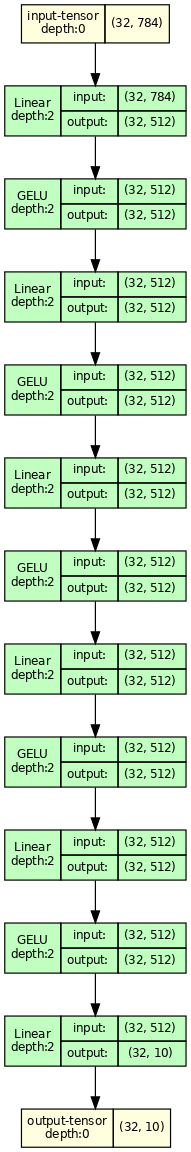
The Graphviz diagram figures/model.gv.png in MiniXC/masked-prosody-modeling-evaluation, before a commit. Its source is kept beside it as figures/model.gv. The source it was exported from:
```dot
strict digraph model {
	graph [ordering=in rankdir=TB size="12.0,12.0"]
	node [align=left fontname="Linux libertine" fontsize=10 height=0.2 margin=0 ranksep=0.1 shape=plaintext style=filled]
	edge [fontsize=10]
	0 [label=<
                    <TABLE BORDER="0" CELLBORDER="1"
                    CELLSPACING="0" CELLPADDING="4">
                        <TR><TD>input-tensor<BR/>depth:0</TD><TD>(32, 784)</TD></TR>
                    </TABLE>> fillcolor=lightyellow]
	1 [label=<
                    <TABLE BORDER="0" CELLBORDER="1"
                    CELLSPACING="0" CELLPADDING="4">
                    <TR>
                        <TD ROWSPAN="2">Linear<BR/>depth:2</TD>
                        <TD COLSPAN="2">input:</TD>
                        <TD COLSPAN="2">(32, 784) </TD>
                    </TR>
                    <TR>
                        <TD COLSPAN="2">output: </TD>
                        <TD COLSPAN="2">(32, 512) </TD>
                    </TR>
                    </TABLE>> fillcolor=darkseagreen1]
	2 [label=<
                    <TABLE BORDER="0" CELLBORDER="1"
                    CELLSPACING="0" CELLPADDING="4">
                    <TR>
                        <TD ROWSPAN="2">GELU<BR/>depth:2</TD>
                        <TD COLSPAN="2">input:</TD>
                        <TD COLSPAN="2">(32, 512) </TD>
                    </TR>
                    <TR>
                        <TD COLSPAN="2">output: </TD>
                        <TD COLSPAN="2">(32, 512) </TD>
                    </TR>
                    </TABLE>> fillcolor=darkseagreen1]
	3 [label=<
                    <TABLE BORDER="0" CELLBORDER="1"
                    CELLSPACING="0" CELLPADDING="4">
                    <TR>
                        <TD ROWSPAN="2">Linear<BR/>depth:2</TD>
                        <TD COLSPAN="2">input:</TD>
                        <TD COLSPAN="2">(32, 512) </TD>
                    </TR>
                    <TR>
                        <TD COLSPAN="2">output: </TD>
                        <TD COLSPAN="2">(32, 512) </TD>
                    </TR>
                    </TABLE>> fillcolor=darkseagreen1]
	4 [label=<
                    <TABLE BORDER="0" CELLBORDER="1"
                    CELLSPACING="0" CELLPADDING="4">
                    <TR>
                        <TD ROWSPAN="2">GELU<BR/>depth:2</TD>
                        <TD COLSPAN="2">input:</TD>
                        <TD COLSPAN="2">(32, 512) </TD>
                    </TR>
                    <TR>
                        <TD COLSPAN="2">output: </TD>
                        <TD COLSPAN="2">(32, 512) </TD>
                    </TR>
                    </TABLE>> fillcolor=darkseagreen1]
	5 [label=<
                    <TABLE BORDER="0" CELLBORDER="1"
                    CELLSPACING="0" CELLPADDING="4">
                    <TR>
                        <TD ROWSPAN="2">Linear<BR/>depth:2</TD>
                        <TD COLSPAN="2">input:</TD>
                        <TD COLSPAN="2">(32, 512) </TD>
                    </TR>
                    <TR>
                        <TD COLSPAN="2">output: </TD>
                        <TD COLSPAN="2">(32, 512) </TD>
                    </TR>
                    </TABLE>> fillcolor=darkseagreen1]
	6 [label=<
                    <TABLE BORDER="0" CELLBORDER="1"
                    CELLSPACING="0" CELLPADDING="4">
                    <TR>
                        <TD ROWSPAN="2">GELU<BR/>depth:2</TD>
                        <TD COLSPAN="2">input:</TD>
                        <TD COLSPAN="2">(32, 512) </TD>
                    </TR>
                    <TR>
                        <TD COLSPAN="2">output: </TD>
                        <TD COLSPAN="2">(32, 512) </TD>
                    </TR>
                    </TABLE>> fillcolor=darkseagreen1]
	7 [label=<
                    <TABLE BORDER="0" CELLBORDER="1"
                    CELLSPACING="0" CELLPADDING="4">
                    <TR>
                        <TD ROWSPAN="2">Linear<BR/>depth:2</TD>
                        <TD COLSPAN="2">input:</TD>
                        <TD COLSPAN="2">(32, 512) </TD>
                    </TR>
                    <TR>
                        <TD COLSPAN="2">output: </TD>
                        <TD COLSPAN="2">(32, 512) </TD>
                    </TR>
                    </TABLE>> fillcolor=darkseagreen1]
	8 [label=<
                    <TABLE BORDER="0" CELLBORDER="1"
                    CELLSPACING="0" CELLPADDING="4">
                    <TR>
                        <TD ROWSPAN="2">GELU<BR/>depth:2</TD>
                        <TD COLSPAN="2">input:</TD>
                        <TD COLSPAN="2">(32, 512) </TD>
                    </TR>
                    <TR>
                        <TD COLSPAN="2">output: </TD>
                        <TD COLSPAN="2">(32, 512) </TD>
                    </TR>
                    </TABLE>> fillcolor=darkseagreen1]
	9 [label=<
                    <TABLE BORDER="0" CELLBORDER="1"
                    CELLSPACING="0" CELLPADDING="4">
                    <TR>
                        <TD ROWSPAN="2">Linear<BR/>depth:2</TD>
                        <TD COLSPAN="2">input:</TD>
                        <TD COLSPAN="2">(32, 512) </TD>
                    </TR>
                    <TR>
                        <TD COLSPAN="2">output: </TD>
                        <TD COLSPAN="2">(32, 512) </TD>
                    </TR>
                    </TABLE>> fillcolor=darkseagreen1]
	10 [label=<
                    <TABLE BORDER="0" CELLBORDER="1"
                    CELLSPACING="0" CELLPADDING="4">
                    <TR>
                        <TD ROWSPAN="2">GELU<BR/>depth:2</TD>
                        <TD COLSPAN="2">input:</TD>
                        <TD COLSPAN="2">(32, 512) </TD>
                    </TR>
                    <TR>
                        <TD COLSPAN="2">output: </TD>
                        <TD COLSPAN="2">(32, 512) </TD>
                    </TR>
                    </TABLE>> fillcolor=darkseagreen1]
	11 [label=<
                    <TABLE BORDER="0" CELLBORDER="1"
                    CELLSPACING="0" CELLPADDING="4">
                    <TR>
                        <TD ROWSPAN="2">Linear<BR/>depth:2</TD>
                        <TD COLSPAN="2">input:</TD>
                        <TD COLSPAN="2">(32, 512) </TD>
                    </TR>
                    <TR>
                        <TD COLSPAN="2">output: </TD>
                        <TD COLSPAN="2">(32, 10) </TD>
                    </TR>
                    </TABLE>> fillcolor=darkseagreen1]
	12 [label=<
                    <TABLE BORDER="0" CELLBORDER="1"
                    CELLSPACING="0" CELLPADDING="4">
                        <TR><TD>output-tensor<BR/>depth:0</TD><TD>(32, 10)</TD></TR>
                    </TABLE>> fillcolor=lightyellow]
	0 -> 1
	1 -> 2
	2 -> 3
	3 -> 4
	4 -> 5
	5 -> 6
	6 -> 7
	7 -> 8
	8 -> 9
	9 -> 10
	10 -> 11
	11 -> 12
}
```
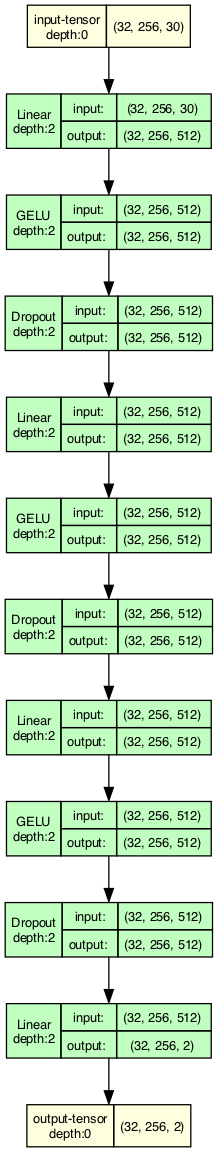
After the commit.

Diff of the diagram source:
```diff
@@ -5,7 +5,7 @@
 	0 [label=<
                     <TABLE BORDER="0" CELLBORDER="1"
                     CELLSPACING="0" CELLPADDING="4">
-                        <TR><TD>input-tensor<BR/>depth:0</TD><TD>(32, 784)</TD></TR>
+                        <TR><TD>input-tensor<BR/>depth:0</TD><TD>(32, 256, 30)</TD></TR>
                     </TABLE>> fillcolor=lightyellow]
 	1 [label=<
                     <TABLE BORDER="0" CELLBORDER="1"
@@ -13,11 +13,11 @@
                     <TR>
                         <TD ROWSPAN="2">Linear<BR/>depth:2</TD>
                         <TD COLSPAN="2">input:</TD>
-                        <TD COLSPAN="2">(32, 784) </TD>
+                        <TD COLSPAN="2">(32, 256, 30) </TD>
                     </TR>
                     <TR>
                         <TD COLSPAN="2">output: </TD>
-                        <TD COLSPAN="2">(32, 512) </TD>
+                        <TD COLSPAN="2">(32, 256, 512) </TD>
                     </TR>
                     </TABLE>> fillcolor=darkseagreen1]
 	2 [label=<
@@ -26,63 +26,63 @@
                     <TR>
                         <TD ROWSPAN="2">GELU<BR/>depth:2</TD>
                         <TD COLSPAN="2">input:</TD>
-                        <TD COLSPAN="2">(32, 512) </TD>
+                        <TD COLSPAN="2">(32, 256, 512) </TD>
                     </TR>
                     <TR>
                         <TD COLSPAN="2">output: </TD>
-                        <TD COLSPAN="2">(32, 512) </TD>
+                        <TD COLSPAN="2">(32, 256, 512) </TD>
                     </TR>
                     </TABLE>> fillcolor=darkseagreen1]
 	3 [label=<
                     <TABLE BORDER="0" CELLBORDER="1"
                     CELLSPACING="0" CELLPADDING="4">
                     <TR>
-                        <TD ROWSPAN="2">Linear<BR/>depth:2</TD>
+                        <TD ROWSPAN="2">Dropout<BR/>depth:2</TD>
                         <TD COLSPAN="2">input:</TD>
-                        <TD COLSPAN="2">(32, 512) </TD>
+                        <TD COLSPAN="2">(32, 256, 512) </TD>
                     </TR>
                     <TR>
                         <TD COLSPAN="2">output: </TD>
-                        <TD COLSPAN="2">(32, 512) </TD>
+                        <TD COLSPAN="2">(32, 256, 512) </TD>
                     </TR>
                     </TABLE>> fillcolor=darkseagreen1]
 	4 [label=<
                     <TABLE BORDER="0" CELLBORDER="1"
                     CELLSPACING="0" CELLPADDING="4">
                     <TR>
-                        <TD ROWSPAN="2">GELU<BR/>depth:2</TD>
+                        <TD ROWSPAN="2">Linear<BR/>depth:2</TD>
                         <TD COLSPAN="2">input:</TD>
-                        <TD COLSPAN="2">(32, 512) </TD>
+                        <TD COLSPAN="2">(32, 256, 512) </TD>
                     </TR>
                     <TR>
                         <TD COLSPAN="2">output: </TD>
-                        <TD COLSPAN="2">(32, 512) </TD>
+                        <TD COLSPAN="2">(32, 256, 512) </TD>
                     </TR>
                     </TABLE>> fillcolor=darkseagreen1]
 	5 [label=<
                     <TABLE BORDER="0" CELLBORDER="1"
                     CELLSPACING="0" CELLPADDING="4">
                     <TR>
-                        <TD ROWSPAN="2">Linear<BR/>depth:2</TD>
+                        <TD ROWSPAN="2">GELU<BR/>depth:2</TD>
                         <TD COLSPAN="2">input:</TD>
-                        <TD COLSPAN="2">(32, 512) </TD>
+                        <TD COLSPAN="2">(32, 256, 512) </TD>
                     </TR>
                     <TR>
                         <TD COLSPAN="2">output: </TD>
-                        <TD COLSPAN="2">(32, 512) </TD>
+                        <TD COLSPAN="2">(32, 256, 512) </TD>
                     </TR>
                     </TABLE>> fillcolor=darkseagreen1]
 	6 [label=<
                     <TABLE BORDER="0" CELLBORDER="1"
                     CELLSPACING="0" CELLPADDING="4">
                     <TR>
-                        <TD ROWSPAN="2">GELU<BR/>depth:2</TD>
+                        <TD ROWSPAN="2">Dropout<BR/>depth:2</TD>
                         <TD COLSPAN="2">input:</TD>
-                        <TD COLSPAN="2">(32, 512) </TD>
+                        <TD COLSPAN="2">(32, 256, 512) </TD>
                     </TR>
                     <TR>
                         <TD COLSPAN="2">output: </TD>
-                        <TD COLSPAN="2">(32, 512) </TD>
+                        <TD COLSPAN="2">(32, 256, 512) </TD>
                     </TR>
                     </TABLE>> fillcolor=darkseagreen1]
 	7 [label=<
@@ -91,11 +91,11 @@
                     <TR>
                         <TD ROWSPAN="2">Linear<BR/>depth:2</TD>
                         <TD COLSPAN="2">input:</TD>
-                        <TD COLSPAN="2">(32, 512) </TD>
+                        <TD COLSPAN="2">(32, 256, 512) </TD>
                     </TR>
                     <TR>
                         <TD COLSPAN="2">output: </TD>
-                        <TD COLSPAN="2">(32, 512) </TD>
+                        <TD COLSPAN="2">(32, 256, 512) </TD>
                     </TR>
                     </TABLE>> fillcolor=darkseagreen1]
 	8 [label=<
@@ -104,56 +104,43 @@
                     <TR>
                         <TD ROWSPAN="2">GELU<BR/>depth:2</TD>
                         <TD COLSPAN="2">input:</TD>
-                        <TD COLSPAN="2">(32, 512) </TD>
+                        <TD COLSPAN="2">(32, 256, 512) </TD>
                     </TR>
                     <TR>
                         <TD COLSPAN="2">output: </TD>
-                        <TD COLSPAN="2">(32, 512) </TD>
+                        <TD COLSPAN="2">(32, 256, 512) </TD>
                     </TR>
                     </TABLE>> fillcolor=darkseagreen1]
 	9 [label=<
                     <TABLE BORDER="0" CELLBORDER="1"
                     CELLSPACING="0" CELLPADDING="4">
                     <TR>
-                        <TD ROWSPAN="2">Linear<BR/>depth:2</TD>
+                        <TD ROWSPAN="2">Dropout<BR/>depth:2</TD>
                         <TD COLSPAN="2">input:</TD>
-                        <TD COLSPAN="2">(32, 512) </TD>
+                        <TD COLSPAN="2">(32, 256, 512) </TD>
                     </TR>
                     <TR>
                         <TD COLSPAN="2">output: </TD>
-                        <TD COLSPAN="2">(32, 512) </TD>
+                        <TD COLSPAN="2">(32, 256, 512) </TD>
                     </TR>
                     </TABLE>> fillcolor=darkseagreen1]
 	10 [label=<
                     <TABLE BORDER="0" CELLBORDER="1"
                     CELLSPACING="0" CELLPADDING="4">
                     <TR>
-                        <TD ROWSPAN="2">GELU<BR/>depth:2</TD>
+                        <TD ROWSPAN="2">Linear<BR/>depth:2</TD>
                         <TD COLSPAN="2">input:</TD>
-                        <TD COLSPAN="2">(32, 512) </TD>
+                        <TD COLSPAN="2">(32, 256, 512) </TD>
                     </TR>
                     <TR>
                         <TD COLSPAN="2">output: </TD>
-                        <TD COLSPAN="2">(32, 512) </TD>
+                        <TD COLSPAN="2">(32, 256, 2) </TD>
                     </TR>
                     </TABLE>> fillcolor=darkseagreen1]
 	11 [label=<
                     <TABLE BORDER="0" CELLBORDER="1"
                     CELLSPACING="0" CELLPADDING="4">
-                    <TR>
-                        <TD ROWSPAN="2">Linear<BR/>depth:2</TD>
-                        <TD COLSPAN="2">input:</TD>
-                        <TD COLSPAN="2">(32, 512) </TD>
-                    </TR>
-                    <TR>
-                        <TD COLSPAN="2">output: </TD>
-                        <TD COLSPAN="2">(32, 10) </TD>
-                    </TR>
-                    </TABLE>> fillcolor=darkseagreen1]
-	12 [label=<
-                    <TABLE BORDER="0" CELLBORDER="1"
-                    CELLSPACING="0" CELLPADDING="4">
-                        <TR><TD>output-tensor<BR/>depth:0</TD><TD>(32, 10)</TD></TR>
+                        <TR><TD>output-tensor<BR/>depth:0</TD><TD>(32, 256, 2)</TD></TR>
                     </TABLE>> fillcolor=lightyellow]
 	0 -> 1
 	1 -> 2
@@ -166,5 +153,4 @@
 	8 -> 9
 	9 -> 10
 	10 -> 11
-	11 -> 12
 }
```
